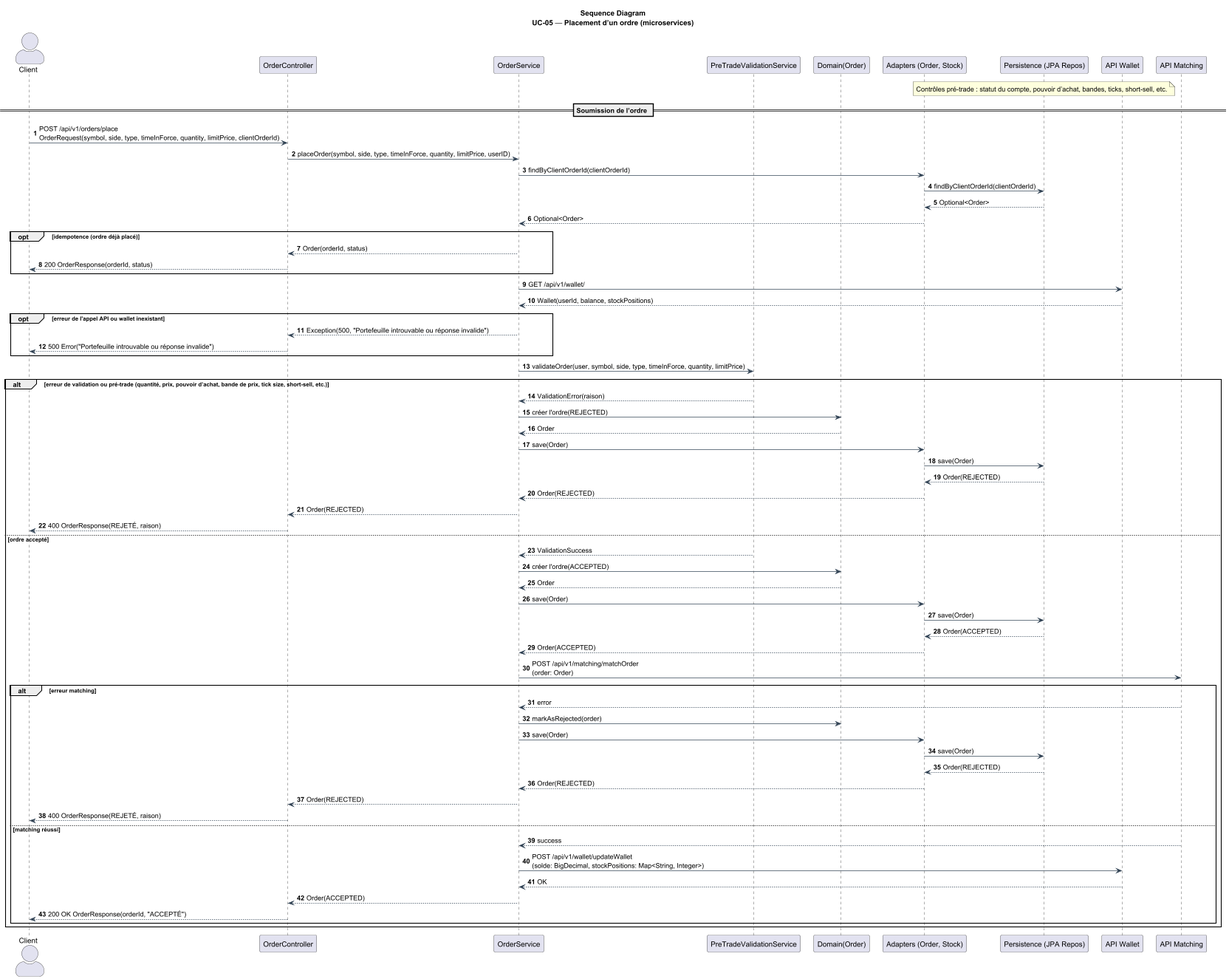
The PlantUML diagram docs/architecture/4+1/processView/sequenceDiagrams/sequenceDiagramUC05.png in Hugo-12341234/BrokerX_MicroServices, before a commit.
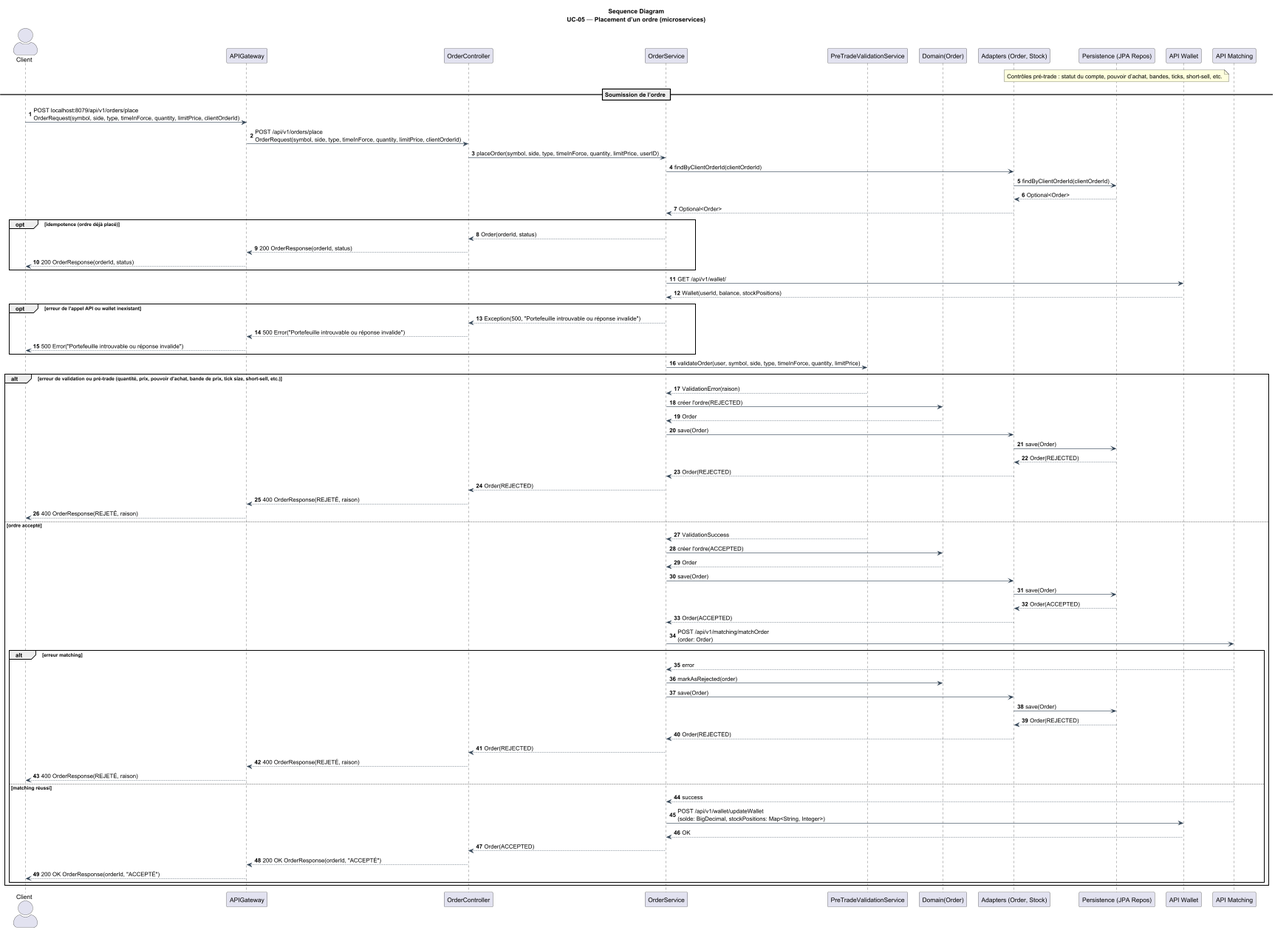
Above is the later version.

Diff of the diagram source:
```diff
@@ -10,6 +10,7 @@
 autonumber
 
 actor Client
+participant APIGateway
 participant OrderController
 participant OrderService
 participant PreTradeValidationService
@@ -24,7 +25,8 @@
 end note
 
 == Soumission de l’ordre ==
-Client -> OrderController: POST /api/v1/orders/place\nOrderRequest(symbol, side, type, timeInForce, quantity, limitPrice, clientOrderId)
+Client -> APIGateway: POST localhost:8079/api/v1/orders/place\nOrderRequest(symbol, side, type, timeInForce, quantity, limitPrice, clientOrderId)
+APIGateway -> OrderController: POST /api/v1/orders/place\nOrderRequest(symbol, side, type, timeInForce, quantity, limitPrice, clientOrderId)
 OrderController -> OrderService: placeOrder(symbol, side, type, timeInForce, quantity, limitPrice, userID)
 
 OrderService -> Adapters: findByClientOrderId(clientOrderId)
@@ -34,7 +36,8 @@
 
 opt idempotence (ordre déjà placé)
     OrderService --> OrderController: Order(orderId, status)
-    OrderController --> Client: 200 OrderResponse(orderId, status)
+    OrderController --> APIGateway: 200 OrderResponse(orderId, status)
+    APIGateway --> Client: 200 OrderResponse(orderId, status)
 end
 
 OrderService -> WalletAPI: GET /api/v1/wallet/
@@ -42,7 +45,8 @@
 
 opt erreur de l'appel API ou wallet inexistant
   OrderService --> OrderController: Exception(500, "Portefeuille introuvable ou réponse invalide")
-  OrderController --> Client: 500 Error("Portefeuille introuvable ou réponse invalide")
+  OrderController --> APIGateway: 500 Error("Portefeuille introuvable ou réponse invalide")
+  APIGateway --> Client: 500 Error("Portefeuille introuvable ou réponse invalide")
 end
 
 OrderService -> PreTradeValidationService: validateOrder(user, symbol, side, type, timeInForce, quantity, limitPrice)
@@ -56,7 +60,8 @@
     Persistence --> Adapters: Order(REJECTED)
     Adapters --> OrderService: Order(REJECTED)
   OrderService --> OrderController: Order(REJECTED)
-  OrderController --> Client: 400 OrderResponse(REJETÉ, raison)
+  OrderController --> APIGateway: 400 OrderResponse(REJETÉ, raison)
+  APIGateway --> Client: 400 OrderResponse(REJETÉ, raison)
 else ordre accepté
     PreTradeValidationService --> OrderService: ValidationSuccess
   OrderService -> Domain: créer l'ordre(ACCEPTED)
@@ -75,13 +80,15 @@
     Persistence --> Adapters: Order(REJECTED)
     Adapters --> OrderService: Order(REJECTED)
     OrderService --> OrderController: Order(REJECTED)
-    OrderController --> Client: 400 OrderResponse(REJETÉ, raison)
+    OrderController --> APIGateway: 400 OrderResponse(REJETÉ, raison)
+    APIGateway --> Client: 400 OrderResponse(REJETÉ, raison)
   else matching réussi
     MatchingAPI --> OrderService: success
     OrderService -> WalletAPI: POST /api/v1/wallet/updateWallet\n(solde: BigDecimal, stockPositions: Map<String, Integer>)
     WalletAPI --> OrderService: OK
     OrderService --> OrderController: Order(ACCEPTED)
-    OrderController --> Client: 200 OK OrderResponse(orderId, "ACCEPTÉ")
+    OrderController --> APIGateway: 200 OK OrderResponse(orderId, "ACCEPTÉ")
+    APIGateway --> Client: 200 OK OrderResponse(orderId, "ACCEPTÉ")
   end
 end
 
```
